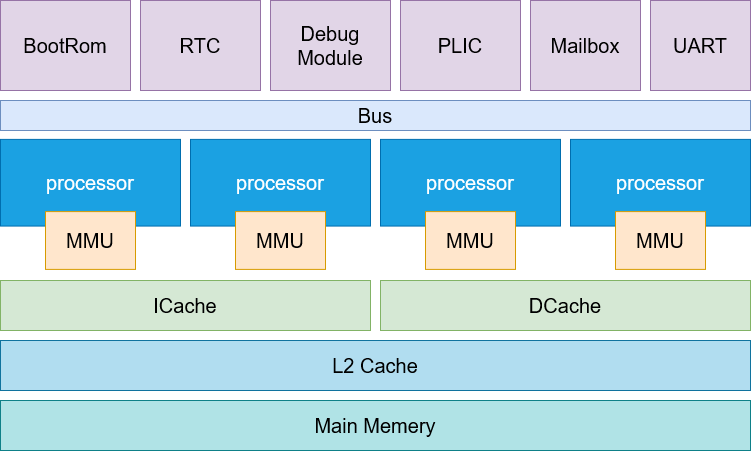
This is pic/spike.drawio.png from toughpig/paper, a draw.io export, as it was before one commit. Source tidied: cells renumbered, new cells last; positions are measured from the earlier drawing's top-left corner, leaving out a move shared by most shapes.
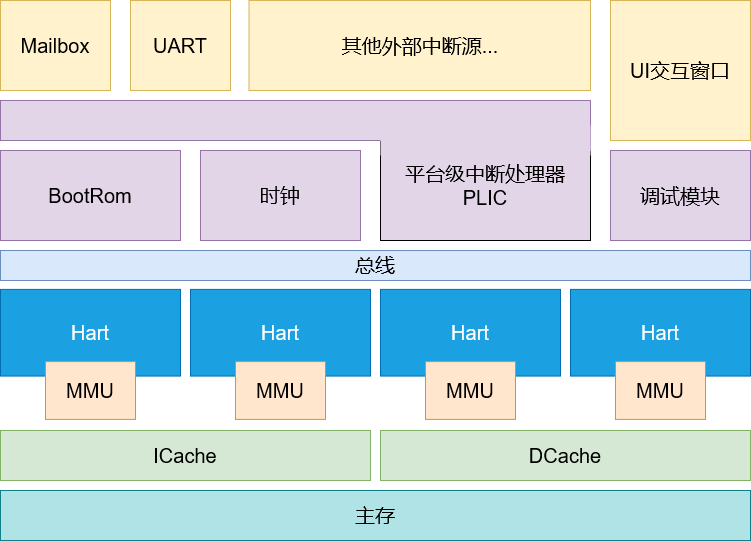
Above is the later version.

What changed in the source:
```diff
@@ -2,19 +2,19 @@
   <root>
     <mxCell id="0" />
     <mxCell id="1" parent="0" />
-    <mxCell id="2" value="Main Memery" style="rounded=0;whiteSpace=wrap;html=1;fillColor=#b0e3e6;strokeColor=#0e8088;fontSize=20;" parent="1" vertex="1">
-      <mxGeometry y="400" width="750" height="50" as="geometry" />
+    <mxCell id="2" value="主存" style="rounded=0;whiteSpace=wrap;html=1;fillColor=#b0e3e6;strokeColor=#0e8088;fontSize=20;" parent="1" vertex="1">
+      <mxGeometry y="340" width="750" height="50" as="geometry" />
     </mxCell>
-    <mxCell id="3" value="Mailbox" style="rounded=0;whiteSpace=wrap;html=1;fillColor=#e1d5e7;strokeColor=#9673a6;fontSize=20;" parent="1" vertex="1">
-      <mxGeometry x="530" width="110" height="90" as="geometry" />
+    <mxCell id="3" value="Mailbox" style="rounded=0;whiteSpace=wrap;html=1;fillColor=#fff2cc;strokeColor=#d6b656;fontSize=20;" parent="1" vertex="1">
+      <mxGeometry y="-150" width="110" height="90" as="geometry" />
     </mxCell>
-    <mxCell id="4" value="&lt;div style=&quot;font-size: 20px;&quot;&gt;Debug&lt;/div&gt;&lt;div style=&quot;font-size: 20px;&quot;&gt;Module&lt;br style=&quot;font-size: 20px;&quot;&gt;&lt;/div&gt;" style="rounded=0;whiteSpace=wrap;html=1;fillColor=#e1d5e7;strokeColor=#9673a6;fontSize=20;" parent="1" vertex="1">
-      <mxGeometry x="270" width="120" height="90" as="geometry" />
+    <mxCell id="4" value="调试模块" style="rounded=0;whiteSpace=wrap;html=1;fillColor=#e1d5e7;strokeColor=#9673a6;fontSize=20;" parent="1" vertex="1">
+      <mxGeometry x="610" width="140" height="90" as="geometry" />
     </mxCell>
     <mxCell id="5" style="group;fontSize=20;" parent="1" vertex="1">
       <mxGeometry y="110" width="180" height="130" as="geometry" />
     </mxCell>
-    <mxCell id="6" value="processor" style="rounded=0;whiteSpace=wrap;html=1;fillColor=#1ba1e2;fontColor=#ffffff;strokeColor=#006EAF;fontSize=20;" parent="5" vertex="1">
+    <mxCell id="6" value="Hart" style="rounded=0;whiteSpace=wrap;html=1;fillColor=#1ba1e2;fontColor=#ffffff;strokeColor=#006EAF;fontSize=20;" parent="5" vertex="1">
       <mxGeometry y="28.9" width="180" height="86.7" as="geometry" />
     </mxCell>
     <mxCell id="7" value="MMU" style="rounded=0;whiteSpace=wrap;html=1;fillColor=#ffe6cc;strokeColor=#d79b00;fontSize=20;" parent="5" vertex="1">
@@ -26,22 +26,22 @@
     <mxCell id="9" value="DCache" style="rounded=0;whiteSpace=wrap;html=1;fillColor=#d5e8d4;strokeColor=#82b366;fontSize=20;" parent="1" vertex="1">
       <mxGeometry x="380" y="280" width="370" height="50" as="geometry" />
     </mxCell>
-    <mxCell id="10" value="PLIC" style="rounded=0;whiteSpace=wrap;html=1;fillColor=#e1d5e7;strokeColor=#9673a6;fontSize=20;" parent="1" vertex="1">
-      <mxGeometry x="400" width="120" height="90" as="geometry" />
+    <mxCell id="10" value="&lt;div&gt;平台级中断处理器&lt;/div&gt;&lt;div&gt;PLIC&lt;br&gt;&lt;/div&gt;" style="rounded=0;whiteSpace=wrap;html=1;fillColor=#e1d5e7;strokeColor=default;fontSize=20;" parent="1" vertex="1">
+      <mxGeometry x="380" y="-20" width="210" height="110" as="geometry" />
     </mxCell>
-    <mxCell id="11" value="RTC" style="rounded=0;whiteSpace=wrap;html=1;fillColor=#e1d5e7;strokeColor=#9673a6;fontSize=20;" parent="1" vertex="1">
-      <mxGeometry x="140" width="120" height="90" as="geometry" />
+    <mxCell id="11" value="时钟" style="rounded=0;whiteSpace=wrap;html=1;fillColor=#e1d5e7;strokeColor=#9673a6;fontSize=20;" parent="1" vertex="1">
+      <mxGeometry x="200" width="160" height="90" as="geometry" />
     </mxCell>
-    <mxCell id="12" value="UART" style="rounded=0;whiteSpace=wrap;html=1;fillColor=#e1d5e7;strokeColor=#9673a6;fontSize=20;" parent="1" vertex="1">
-      <mxGeometry x="650" width="100" height="90" as="geometry" />
+    <mxCell id="12" value="UART" style="rounded=0;whiteSpace=wrap;html=1;fillColor=#fff2cc;strokeColor=#d6b656;fontSize=20;" parent="1" vertex="1">
+      <mxGeometry x="130" y="-150" width="100" height="90" as="geometry" />
     </mxCell>
     <mxCell id="13" value="BootRom" style="rounded=0;whiteSpace=wrap;html=1;fillColor=#e1d5e7;strokeColor=#9673a6;fontSize=20;" parent="1" vertex="1">
-      <mxGeometry width="130" height="90" as="geometry" />
+      <mxGeometry width="180" height="90" as="geometry" />
     </mxCell>
     <mxCell id="14" style="group;fontSize=20;" parent="1" vertex="1">
       <mxGeometry x="190" y="110" width="180" height="130" as="geometry" />
     </mxCell>
-    <mxCell id="15" value="processor" style="rounded=0;whiteSpace=wrap;html=1;fillColor=#1ba1e2;fontColor=#ffffff;strokeColor=#006EAF;fontSize=20;" parent="14" vertex="1">
+    <mxCell id="15" value="Hart" style="rounded=0;whiteSpace=wrap;html=1;fillColor=#1ba1e2;fontColor=#ffffff;strokeColor=#006EAF;fontSize=20;" parent="14" vertex="1">
       <mxGeometry y="28.9" width="180" height="86.7" as="geometry" />
     </mxCell>
     <mxCell id="16" value="MMU" style="rounded=0;whiteSpace=wrap;html=1;fillColor=#ffe6cc;strokeColor=#d79b00;fontSize=20;" parent="14" vertex="1">
@@ -50,7 +50,7 @@
     <mxCell id="17" style="group;fontSize=20;" parent="1" vertex="1">
       <mxGeometry x="380" y="110" width="180" height="130" as="geometry" />
     </mxCell>
-    <mxCell id="18" value="processor" style="rounded=0;whiteSpace=wrap;html=1;fillColor=#1ba1e2;fontColor=#ffffff;strokeColor=#006EAF;fontSize=20;" parent="17" vertex="1">
+    <mxCell id="18" value="Hart" style="rounded=0;whiteSpace=wrap;html=1;fillColor=#1ba1e2;fontColor=#ffffff;strokeColor=#006EAF;fontSize=20;" parent="17" vertex="1">
       <mxGeometry y="28.9" width="180" height="86.7" as="geometry" />
     </mxCell>
     <mxCell id="19" value="MMU" style="rounded=0;whiteSpace=wrap;html=1;fillColor=#ffe6cc;strokeColor=#d79b00;fontSize=20;" parent="17" vertex="1">
@@ -59,17 +59,29 @@
     <mxCell id="20" style="group;fontSize=20;" parent="1" vertex="1">
       <mxGeometry x="570" y="110" width="180" height="130" as="geometry" />
     </mxCell>
-    <mxCell id="21" value="processor" style="rounded=0;whiteSpace=wrap;html=1;fillColor=#1ba1e2;fontColor=#ffffff;strokeColor=#006EAF;fontSize=20;" parent="20" vertex="1">
+    <mxCell id="21" value="Hart" style="rounded=0;whiteSpace=wrap;html=1;fillColor=#1ba1e2;fontColor=#ffffff;strokeColor=#006EAF;fontSize=20;" parent="20" vertex="1">
       <mxGeometry y="28.9" width="180" height="86.7" as="geometry" />
     </mxCell>
     <mxCell id="22" value="MMU" style="rounded=0;whiteSpace=wrap;html=1;fillColor=#ffe6cc;strokeColor=#d79b00;fontSize=20;" parent="20" vertex="1">
       <mxGeometry x="45" y="101.1" width="90" height="57.8" as="geometry" />
     </mxCell>
-    <mxCell id="23" value="Bus" style="rounded=0;whiteSpace=wrap;html=1;fontSize=20;fillColor=#dae8fc;strokeColor=#6c8ebf;" parent="1" vertex="1">
+    <mxCell id="23" value="总线" style="rounded=0;whiteSpace=wrap;html=1;fontSize=20;fillColor=#dae8fc;strokeColor=#6c8ebf;" parent="1" vertex="1">
       <mxGeometry y="100" width="750" height="30" as="geometry" />
     </mxCell>
-    <mxCell id="24" value="L2 Cache" style="rounded=0;whiteSpace=wrap;html=1;fillColor=#b1ddf0;strokeColor=#10739e;fontSize=20;" parent="1" vertex="1">
-      <mxGeometry y="340" width="750" height="50" as="geometry" />
-    </mxCell>
+    <mxCell id="25" style="rounded=0;whiteSpace=wrap;html=1;fillColor=#e1d5e7;strokeColor=#9673a6;" parent="1" vertex="1">
+      <mxGeometry y="-50" width="590" height="40" as="geometry" />
+    </mxCell>
+    <mxCell id="26" value="其他外部中断源..." style="rounded=0;whiteSpace=wrap;html=1;fillColor=#fff2cc;strokeColor=#d6b656;fontSize=20;" parent="1" vertex="1">
+      <mxGeometry x="248.5" y="-150" width="341.5" height="90" as="geometry" />
+    </mxCell>
+    <mxCell id="27" value="UI交互窗口" style="rounded=0;whiteSpace=wrap;html=1;fillColor=#fff2cc;strokeColor=#d6b656;fontSize=20;" parent="1" vertex="1">
+      <mxGeometry x="610" y="-150" width="140" height="140" as="geometry" />
+    </mxCell>
+    <mxCell id="28" style="rounded=0;whiteSpace=wrap;html=1;strokeColor=#9673a6;fillColor=#e1d5e7;" parent="1" vertex="1">
+      <mxGeometry x="475" y="-20" width="115" height="20" as="geometry" />
+    </mxCell>
+    <mxCell id="29" style="rounded=0;whiteSpace=wrap;html=1;fillColor=#e1d5e7;strokeColor=none;" parent="1" vertex="1">
+      <mxGeometry x="380" y="-25" width="210" height="30" as="geometry" />
+    </mxCell>
   </root>
 </mxGraphModel>
```
